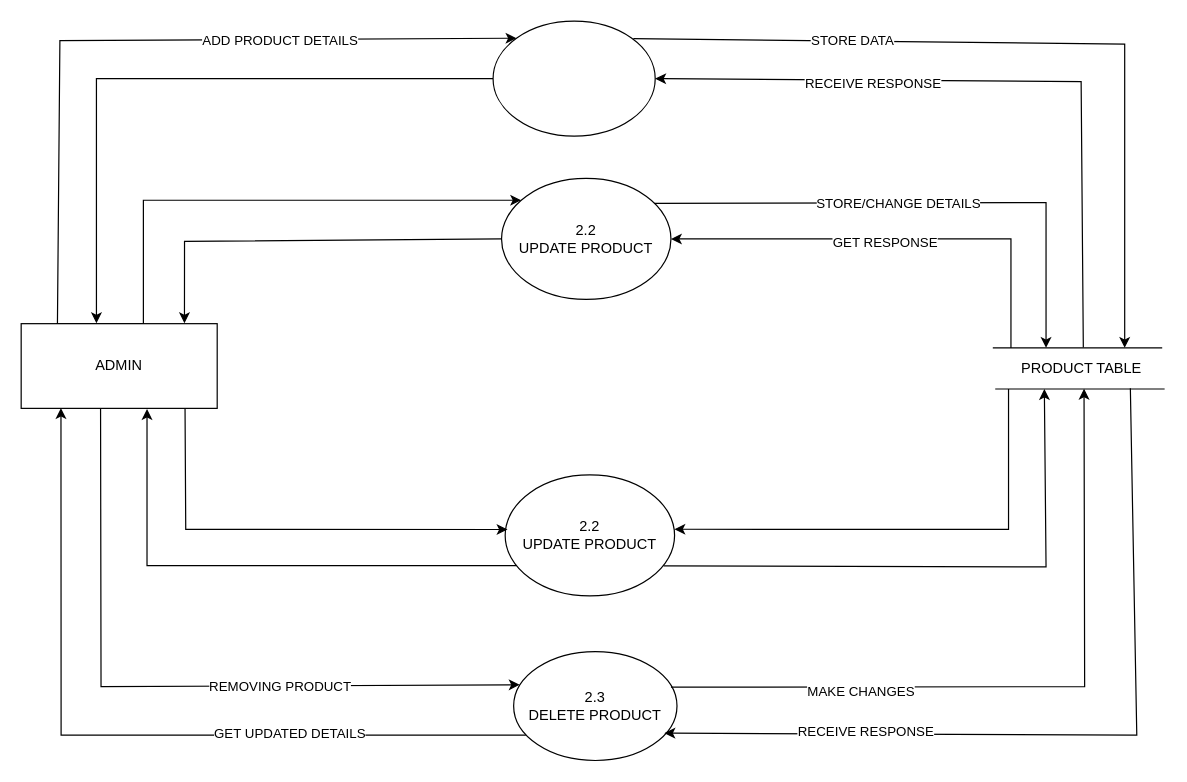
panchalbhavya2210/gift_documentation keeps this draw.io diagram as page "DFD-2(ADMIN USER)" (10 of 14) of Usecase userside.drawio. Above is the earlier version. Source tidied: cells renumbered, new cells numbered last; positions are measured from the earlier drawing's top-left corner, leaving out a move shared by most shapes. Both pictures are drawn from the tidied source at 121%, with x=0, y=0 at pixel (21, 21).
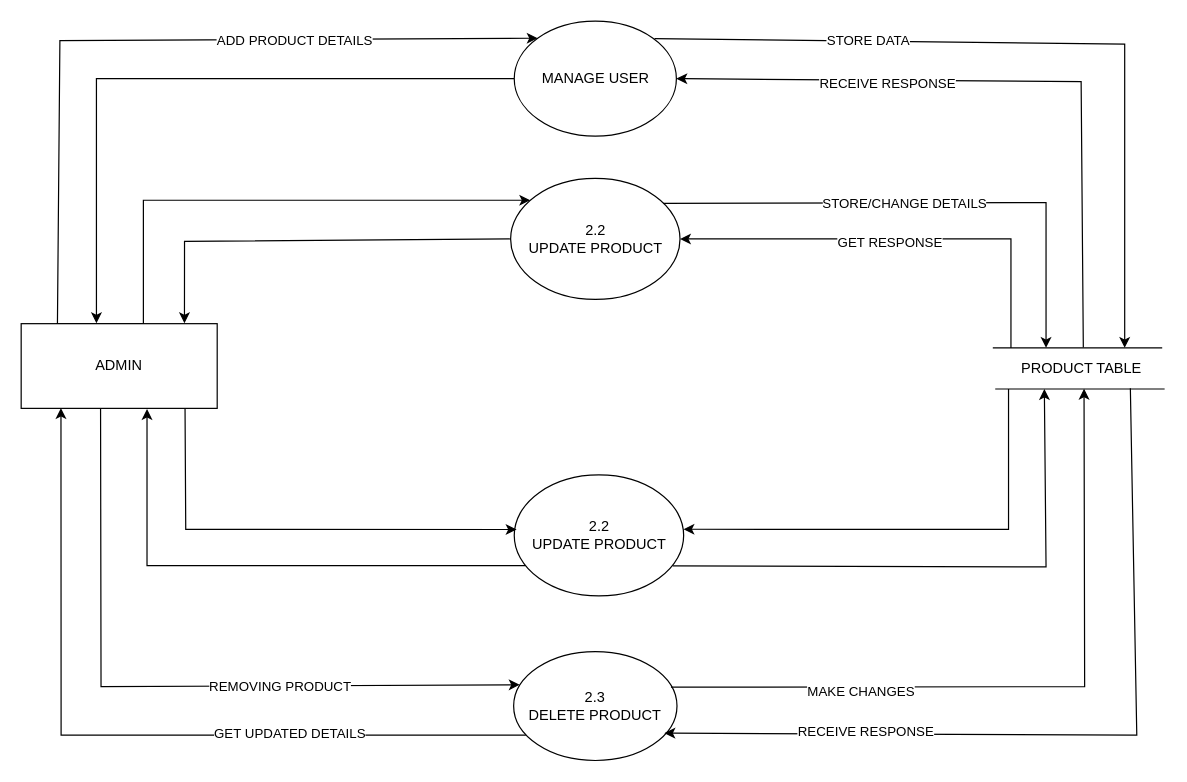
The same diagram, later.

Commit message (it also covers changes not shown here):
UPDATE USER LOGIN

Diff of the diagram source:
```diff
@@
-    <mxCell id="3" style="ellipse;whiteSpace=wrap;html=1;" parent="1" vertex="1">
-      <mxGeometry x="390" width="134" height="95" as="geometry" />
+    <mxCell id="3" value="MANAGE USER" style="ellipse;whiteSpace=wrap;html=1;" parent="1" vertex="1">
+      <mxGeometry x="407.5" width="134" height="95" as="geometry" />
     </mxCell>
@@
     <mxCell id="6" value="2.2&lt;br&gt;UPDATE PRODUCT" style="ellipse;whiteSpace=wrap;html=1;" parent="1" vertex="1">
-      <mxGeometry x="397" y="130" width="140" height="100" as="geometry" />
+      <mxGeometry x="404.5" y="130" width="140" height="100" as="geometry" />
     </mxCell>
@@
     <mxCell id="30" value="2.2&lt;br&gt;UPDATE PRODUCT" style="ellipse;whiteSpace=wrap;html=1;" parent="1" vertex="1">
-      <mxGeometry x="400" y="375" width="140" height="100" as="geometry" />
+      <mxGeometry x="407.5" y="375" width="140" height="100" as="geometry" />
     </mxCell>
```
